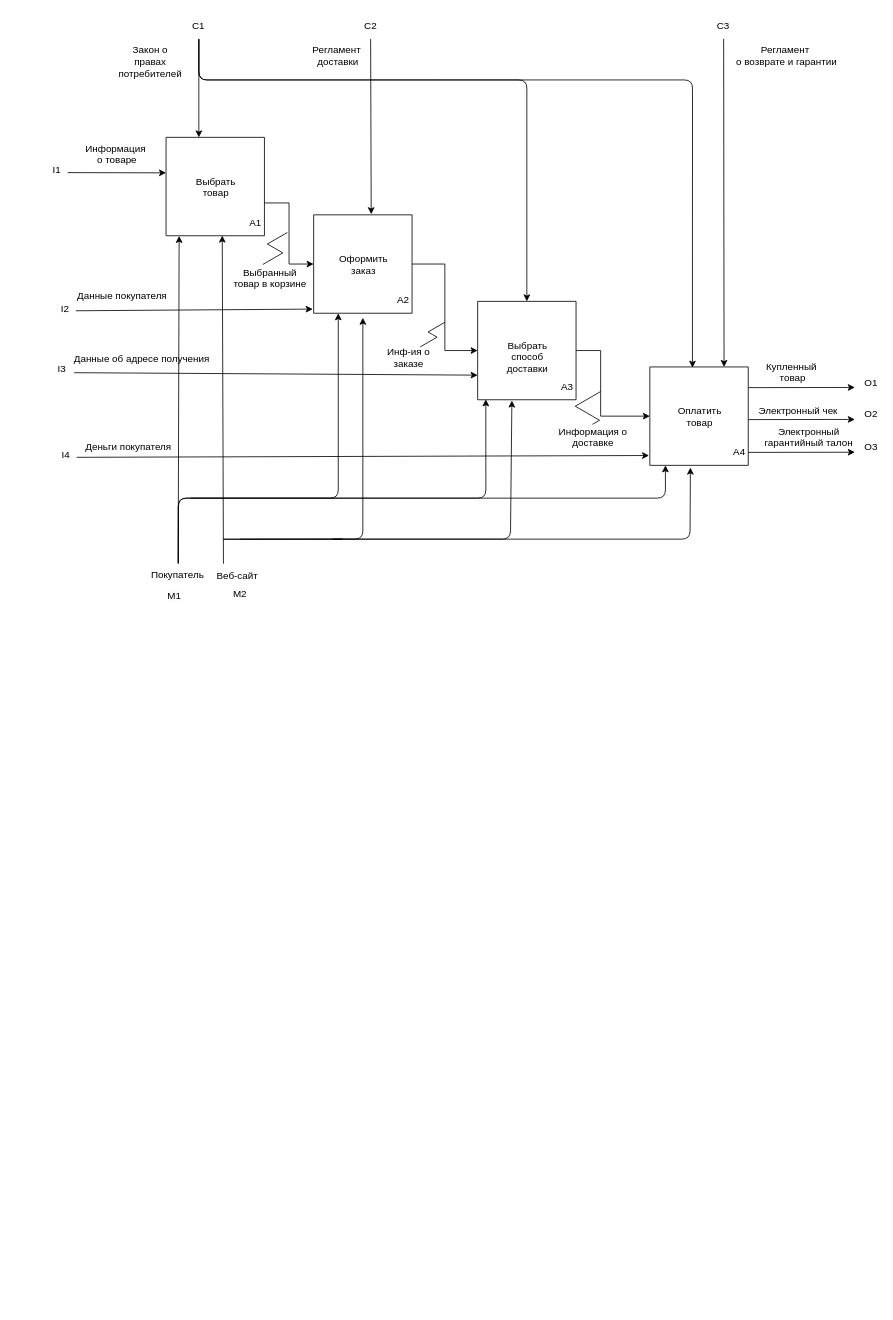
Above: decomposition IDEF0(TO-BE).drawio in melikhovaeva/business-processes (draw.io), before the change. Source tidied: cells renumbered, new cells numbered last; positions are measured from the earlier drawing's top-left corner, leaving out a move shared by most shapes. Both pictures are drawn from the tidied source at 82%, with x=0, y=0 at pixel (51, 14).
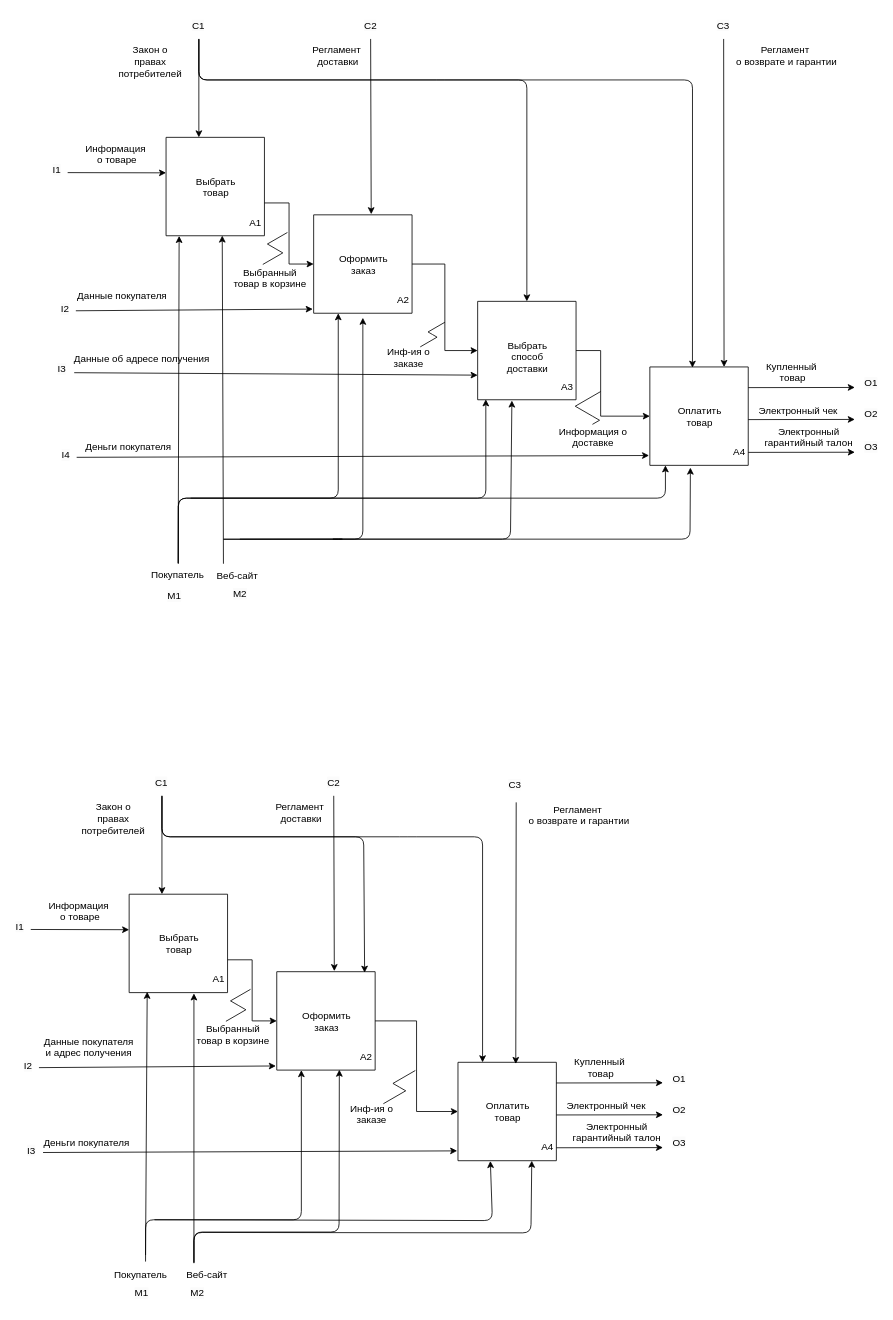
After the change.

The edit, as a diff of the source:
```diff
@@
+    <mxCell id="67" style="edgeStyle=orthogonalEdgeStyle;rounded=0;jettySize=auto;html=1;entryX=0;entryY=0.5;entryDx=0;entryDy=0;" parent="1" edge="1" source="68" target="73">
+      <mxGeometry relative="1" as="geometry">
+        <Array as="points">
+          <mxPoint x="245" y="1153" />
+          <mxPoint x="245" y="1228" />
+        </Array>
+      </mxGeometry>
+    </mxCell>
+    <mxCell id="68" style="swimlane;startSize=0;" parent="1" vertex="1">
+      <mxGeometry x="95" y="1073" width="120" height="120" as="geometry" />
+    </mxCell>
+    <mxCell id="69" value="&lt;div style=&quot;text-align: center;&quot;&gt;А1&lt;/div&gt;" style="text;whiteSpace=wrap;html=1;" parent="68" vertex="1">
+      <mxGeometry x="100" y="90" width="20" height="30" as="geometry" />
+    </mxCell>
+    <mxCell id="70" value="&lt;div style=&quot;text-align: center;&quot;&gt;Выбрать товар&lt;/div&gt;" style="text;whiteSpace=wrap;html=1;" parent="68" vertex="1">
+      <mxGeometry x="20" y="40" width="80" height="40" as="geometry" />
+    </mxCell>
+    <mxCell id="71" style="endArrow=classic;html=1;rounded=0;" parent="68" edge="1">
+      <mxGeometry relative="1" as="geometry">
+        <mxPoint x="40" y="-120" as="sourcePoint" />
+        <mxPoint x="40" as="targetPoint" />
+      </mxGeometry>
+    </mxCell>
+    <mxCell id="72" style="edgeStyle=orthogonalEdgeStyle;rounded=0;jettySize=auto;html=1;exitX=1;exitY=0.5;exitDx=0;exitDy=0;entryX=0;entryY=0.5;entryDx=0;entryDy=0;" parent="1" edge="1" source="73" target="76">
+      <mxGeometry relative="1" as="geometry" />
+    </mxCell>
+    <mxCell id="73" style="swimlane;startSize=0;" parent="1" vertex="1">
+      <mxGeometry x="275" y="1167.5" width="120" height="120" as="geometry" />
+    </mxCell>
+    <mxCell id="74" value="&lt;div style=&quot;text-align: center;&quot;&gt;А2&lt;/div&gt;" style="text;whiteSpace=wrap;html=1;" parent="73" vertex="1">
+      <mxGeometry x="100" y="90" width="20" height="30" as="geometry" />
+    </mxCell>
+    <mxCell id="75" value="&lt;div style=&quot;text-align: center;&quot;&gt;Оформить заказ&lt;/div&gt;" style="text;whiteSpace=wrap;html=1;" parent="73" vertex="1">
+      <mxGeometry x="20" y="40" width="80" height="40" as="geometry" />
+    </mxCell>
+    <mxCell id="76" style="swimlane;startSize=0;" parent="1" vertex="1">
+      <mxGeometry x="496" y="1278" width="120" height="120" as="geometry" />
+    </mxCell>
+    <mxCell id="77" value="&lt;div style=&quot;text-align: center;&quot;&gt;А4&lt;/div&gt;" style="text;whiteSpace=wrap;html=1;" parent="76" vertex="1">
+      <mxGeometry x="100" y="90" width="20" height="30" as="geometry" />
+    </mxCell>
+    <mxCell id="78" value="&lt;div style=&quot;text-align: center;&quot;&gt;Оплатить товар&lt;/div&gt;" style="text;whiteSpace=wrap;html=1;" parent="76" vertex="1">
+      <mxGeometry x="20" y="40" width="80" height="40" as="geometry" />
+    </mxCell>
+    <mxCell id="79" style="endArrow=classic;html=1;rounded=0;entryX=0.585;entryY=-0.006;entryDx=0;entryDy=0;entryPerimeter=0;" parent="76" edge="1">
+      <mxGeometry relative="1" as="geometry">
+        <mxPoint x="71" y="-317" as="sourcePoint" />
+        <mxPoint x="70.5" y="2" as="targetPoint" />
+      </mxGeometry>
+    </mxCell>
+    <mxCell id="80" style="endArrow=classic;html=1;rounded=0;" parent="1" edge="1">
+      <mxGeometry relative="1" as="geometry">
+        <mxPoint x="-25" y="1116" as="sourcePoint" />
+        <mxPoint x="95" y="1116.3" as="targetPoint" />
+      </mxGeometry>
+    </mxCell>
+    <mxCell id="81" value="&lt;div style=&quot;text-align: center;&quot;&gt;Информация&amp;nbsp;&lt;/div&gt;&lt;div style=&quot;text-align: center;&quot;&gt;о товаре&lt;/div&gt;" style="text;whiteSpace=wrap;html=1;" parent="1" vertex="1">
+      <mxGeometry x="-5" y="1073" width="80" height="40" as="geometry" />
+    </mxCell>
+    <mxCell id="82" value="&lt;span style=&quot;caret-color: rgb(0, 0, 0); color: rgb(0, 0, 0); font-family: Helvetica; font-style: normal; font-variant-caps: normal; font-weight: 400; letter-spacing: normal; text-align: center; text-indent: 0px; text-transform: none; word-spacing: 0px; -webkit-text-stroke-width: 0px; background-color: rgb(251, 251, 251); text-decoration: none; float: none; display: inline !important;&quot;&gt;&lt;font style=&quot;font-size: 12px;&quot;&gt;I1&lt;/font&gt;&lt;/span&gt;" style="text;whiteSpace=wrap;html=1;" parent="1" vertex="1">
+      <mxGeometry x="-45" y="1098.5" width="20" height="30" as="geometry" />
+    </mxCell>
+    <mxCell id="83" style="endArrow=classic;html=1;rounded=0;" parent="1" edge="1">
+      <mxGeometry relative="1" as="geometry">
+        <mxPoint x="616" y="1303.2" as="sourcePoint" />
+        <mxPoint x="746" y="1303" as="targetPoint" />
+      </mxGeometry>
+    </mxCell>
+    <mxCell id="84" style="endArrow=classic;html=1;rounded=0;" parent="1" edge="1">
+      <mxGeometry relative="1" as="geometry">
+        <mxPoint x="616" y="1342.2" as="sourcePoint" />
+        <mxPoint x="746" y="1342" as="targetPoint" />
+      </mxGeometry>
+    </mxCell>
+    <mxCell id="85" style="endArrow=classic;html=1;rounded=0;" parent="1" edge="1">
+      <mxGeometry relative="1" as="geometry">
+        <mxPoint x="616" y="1382.2" as="sourcePoint" />
+        <mxPoint x="746" y="1382" as="targetPoint" />
+      </mxGeometry>
+    </mxCell>
+    <mxCell id="86" value="&lt;div style=&quot;text-align: center;&quot;&gt;Купленный&amp;nbsp;&lt;/div&gt;&lt;div style=&quot;text-align: center;&quot;&gt;товар&lt;/div&gt;" style="text;whiteSpace=wrap;html=1;" parent="1" vertex="1">
+      <mxGeometry x="636" y="1264" width="120" height="20" as="geometry" />
+    </mxCell>
+    <mxCell id="87" value="&lt;div style=&quot;text-align: center;&quot;&gt;Электронный чек&lt;/div&gt;" style="text;whiteSpace=wrap;html=1;" parent="1" vertex="1">
+      <mxGeometry x="627" y="1318" width="110" height="20" as="geometry" />
+    </mxCell>
+    <mxCell id="88" value="&lt;div style=&quot;text-align: center;&quot;&gt;Электронный гарантийный талон&lt;/div&gt;" style="text;whiteSpace=wrap;html=1;" parent="1" vertex="1">
+      <mxGeometry x="622" y="1342.8" width="134" height="20" as="geometry" />
+    </mxCell>
+    <mxCell id="89" value="&lt;span style=&quot;caret-color: rgb(0, 0, 0); color: rgb(0, 0, 0); font-family: Helvetica; font-style: normal; font-variant-caps: normal; font-weight: 400; letter-spacing: normal; text-align: center; text-indent: 0px; text-transform: none; word-spacing: 0px; -webkit-text-stroke-width: 0px; background-color: rgb(251, 251, 251); text-decoration: none; float: none; display: inline !important;&quot;&gt;&lt;font style=&quot;font-size: 12px;&quot;&gt;О1&lt;/font&gt;&lt;/span&gt;" style="text;whiteSpace=wrap;html=1;" parent="1" vertex="1">
+      <mxGeometry x="756" y="1284" width="20" height="30" as="geometry" />
+    </mxCell>
+    <mxCell id="90" value="&lt;span style=&quot;caret-color: rgb(0, 0, 0); color: rgb(0, 0, 0); font-family: Helvetica; font-style: normal; font-variant-caps: normal; font-weight: 400; letter-spacing: normal; text-align: center; text-indent: 0px; text-transform: none; word-spacing: 0px; -webkit-text-stroke-width: 0px; background-color: rgb(251, 251, 251); text-decoration: none; float: none; display: inline !important;&quot;&gt;&lt;font style=&quot;font-size: 12px;&quot;&gt;O2&lt;/font&gt;&lt;/span&gt;" style="text;whiteSpace=wrap;html=1;" parent="1" vertex="1">
+      <mxGeometry x="756" y="1322" width="20" height="30" as="geometry" />
+    </mxCell>
+    <mxCell id="91" value="&lt;span style=&quot;caret-color: rgb(0, 0, 0); color: rgb(0, 0, 0); font-family: Helvetica; font-style: normal; font-variant-caps: normal; font-weight: 400; letter-spacing: normal; text-align: center; text-indent: 0px; text-transform: none; word-spacing: 0px; -webkit-text-stroke-width: 0px; background-color: rgb(251, 251, 251); text-decoration: none; float: none; display: inline !important;&quot;&gt;&lt;font style=&quot;font-size: 12px;&quot;&gt;O3&lt;/font&gt;&lt;/span&gt;" style="text;whiteSpace=wrap;html=1;" parent="1" vertex="1">
+      <mxGeometry x="756" y="1362" width="20" height="30" as="geometry" />
+    </mxCell>
+    <mxCell id="92" value="&lt;div style=&quot;text-align: center;&quot;&gt;Выбранный товар в корзине&lt;/div&gt;" style="text;whiteSpace=wrap;html=1;" parent="1" vertex="1">
+      <mxGeometry x="175" y="1223.5" width="92" height="45" as="geometry" />
+    </mxCell>
+    <mxCell id="93" style="edgeStyle=isometricEdgeStyle;endArrow=none;html=1;rounded=0;exitX=0.5;exitY=0;exitDx=0;exitDy=0;" parent="1" edge="1">
+      <mxGeometry relative="1" as="geometry">
+        <mxPoint x="213" y="1228" as="sourcePoint" />
+        <mxPoint x="243" y="1189" as="targetPoint" />
+      </mxGeometry>
+    </mxCell>
+    <mxCell id="94" value="&lt;div style=&quot;text-align: center;&quot;&gt;Инф-ия о заказе&lt;/div&gt;" style="text;whiteSpace=wrap;html=1;" parent="1" vertex="1">
+      <mxGeometry x="355" y="1320.8" width="70" height="42.2" as="geometry" />
+    </mxCell>
+    <mxCell id="95" value="&lt;div style=&quot;text-align: center;&quot;&gt;Закон о правах потребителей&lt;/div&gt;" style="text;whiteSpace=wrap;html=1;" parent="1" vertex="1">
+      <mxGeometry x="35" y="953" width="80" height="50" as="geometry" />
+    </mxCell>
+    <mxCell id="96" value="&lt;span style=&quot;caret-color: rgb(0, 0, 0); color: rgb(0, 0, 0); font-family: Helvetica; font-style: normal; font-variant-caps: normal; font-weight: 400; letter-spacing: normal; text-align: center; text-indent: 0px; text-transform: none; word-spacing: 0px; -webkit-text-stroke-width: 0px; background-color: rgb(251, 251, 251); text-decoration: none; float: none; display: inline !important;&quot;&gt;&lt;font style=&quot;font-size: 12px;&quot;&gt;С1&lt;/font&gt;&lt;/span&gt;" style="text;whiteSpace=wrap;html=1;" parent="1" vertex="1">
+      <mxGeometry x="125" y="923" width="20" height="30" as="geometry" />
+    </mxCell>
+    <mxCell id="97" value="&lt;span style=&quot;caret-color: rgb(0, 0, 0); color: rgb(0, 0, 0); font-family: Helvetica; font-style: normal; font-variant-caps: normal; font-weight: 400; letter-spacing: normal; text-align: center; text-indent: 0px; text-transform: none; word-spacing: 0px; -webkit-text-stroke-width: 0px; background-color: rgb(251, 251, 251); text-decoration: none; float: none; display: inline !important;&quot;&gt;&lt;font style=&quot;font-size: 12px;&quot;&gt;С2&lt;/font&gt;&lt;/span&gt;" style="text;whiteSpace=wrap;html=1;" parent="1" vertex="1">
+      <mxGeometry x="335" y="923" width="20" height="30" as="geometry" />
+    </mxCell>
+    <mxCell id="98" style="endArrow=classic;html=1;rounded=1;entryX=0.893;entryY=0.01;entryDx=0;entryDy=0;curved=0;entryPerimeter=0;" parent="1" edge="1" target="73">
+      <mxGeometry relative="1" as="geometry">
+        <mxPoint x="135" y="953" as="sourcePoint" />
+        <Array as="points">
+          <mxPoint x="135" y="1003" />
+          <mxPoint x="381" y="1003" />
+        </Array>
+      </mxGeometry>
+    </mxCell>
+    <mxCell id="99" style="endArrow=classic;html=1;rounded=1;entryX=0.25;entryY=0;entryDx=0;entryDy=0;curved=0;" parent="1" edge="1" target="76">
+      <mxGeometry relative="1" as="geometry">
+        <mxPoint x="135" y="953.5" as="sourcePoint" />
+        <Array as="points">
+          <mxPoint x="135" y="1003" />
+          <mxPoint x="435" y="1003" />
+          <mxPoint x="526" y="1003" />
+        </Array>
+      </mxGeometry>
+    </mxCell>
+    <mxCell id="100" style="endArrow=classic;html=1;rounded=0;entryX=0.585;entryY=-0.006;entryDx=0;entryDy=0;entryPerimeter=0;" parent="1" edge="1" target="73">
+      <mxGeometry relative="1" as="geometry">
+        <mxPoint x="344.5" y="953" as="sourcePoint" />
+      </mxGeometry>
+    </mxCell>
+    <mxCell id="101" value="&lt;div style=&quot;&quot;&gt;Регламент&amp;nbsp;&lt;/div&gt;&lt;div style=&quot;&quot;&gt;доставки&lt;/div&gt;" style="text;whiteSpace=wrap;html=1;align=center;" parent="1" vertex="1">
+      <mxGeometry x="265" y="953" width="80" height="50" as="geometry" />
+    </mxCell>
+    <mxCell id="102" value="&lt;span style=&quot;caret-color: rgb(0, 0, 0); color: rgb(0, 0, 0); font-family: Helvetica; font-style: normal; font-variant-caps: normal; font-weight: 400; letter-spacing: normal; text-align: center; text-indent: 0px; text-transform: none; word-spacing: 0px; -webkit-text-stroke-width: 0px; background-color: rgb(251, 251, 251); text-decoration: none; float: none; display: inline !important;&quot;&gt;&lt;font style=&quot;font-size: 12px;&quot;&gt;С3&lt;/font&gt;&lt;/span&gt;" style="text;whiteSpace=wrap;html=1;" parent="1" vertex="1">
+      <mxGeometry x="556" y="926" width="20" height="30" as="geometry" />
+    </mxCell>
+    <mxCell id="103" value="&lt;div style=&quot;&quot;&gt;Регламент&amp;nbsp;&lt;br style=&quot;border-color: var(--border-color);&quot;&gt;о возврате и гарантии&lt;br&gt;&lt;/div&gt;" style="text;whiteSpace=wrap;html=1;align=center;" parent="1" vertex="1">
+      <mxGeometry x="574" y="956" width="140" height="50" as="geometry" />
+    </mxCell>
+    <mxCell id="104" style="endArrow=classic;html=1;rounded=0;entryX=-0.009;entryY=0.958;entryDx=0;entryDy=0;entryPerimeter=0;" parent="1" edge="1" target="73">
+      <mxGeometry relative="1" as="geometry">
+        <mxPoint x="-15" y="1284.5" as="sourcePoint" />
+      </mxGeometry>
+    </mxCell>
+    <mxCell id="105" value="&lt;div style=&quot;text-align: center;&quot;&gt;Данные покупателя и адрес получения&lt;br&gt;&lt;/div&gt;" style="text;whiteSpace=wrap;html=1;" parent="1" vertex="1">
+      <mxGeometry x="-15" y="1238.5" width="120" height="30" as="geometry" />
+    </mxCell>
+    <mxCell id="106" value="&lt;span style=&quot;caret-color: rgb(0, 0, 0); color: rgb(0, 0, 0); font-family: Helvetica; font-style: normal; font-variant-caps: normal; font-weight: 400; letter-spacing: normal; text-align: center; text-indent: 0px; text-transform: none; word-spacing: 0px; -webkit-text-stroke-width: 0px; background-color: rgb(251, 251, 251); text-decoration: none; float: none; display: inline !important;&quot;&gt;&lt;font style=&quot;font-size: 12px;&quot;&gt;I2&lt;/font&gt;&lt;/span&gt;" style="text;whiteSpace=wrap;html=1;" parent="1" vertex="1">
+      <mxGeometry x="-35" y="1268.5" width="20" height="30" as="geometry" />
+    </mxCell>
+    <mxCell id="107" style="endArrow=classic;html=1;rounded=0;entryX=-0.008;entryY=0.9;entryDx=0;entryDy=0;entryPerimeter=0;" parent="1" edge="1" target="76">
+      <mxGeometry relative="1" as="geometry">
+        <mxPoint x="-10" y="1388" as="sourcePoint" />
+      </mxGeometry>
+    </mxCell>
+    <mxCell id="108" value="&lt;div style=&quot;text-align: center;&quot;&gt;Деньги покупателя&lt;br&gt;&lt;/div&gt;" style="text;whiteSpace=wrap;html=1;" parent="1" vertex="1">
+      <mxGeometry x="-11" y="1362" width="120" height="22" as="geometry" />
+    </mxCell>
+    <mxCell id="109" value="&lt;span style=&quot;caret-color: rgb(0, 0, 0); color: rgb(0, 0, 0); font-family: Helvetica; font-style: normal; font-variant-caps: normal; font-weight: 400; letter-spacing: normal; text-align: center; text-indent: 0px; text-transform: none; word-spacing: 0px; -webkit-text-stroke-width: 0px; background-color: rgb(251, 251, 251); text-decoration: none; float: none; display: inline !important;&quot;&gt;&lt;font style=&quot;font-size: 12px;&quot;&gt;I3&lt;/font&gt;&lt;/span&gt;" style="text;whiteSpace=wrap;html=1;" parent="1" vertex="1">
+      <mxGeometry x="-31" y="1372" width="20" height="30" as="geometry" />
+    </mxCell>
+    <mxCell id="110" style="endArrow=classic;html=1;rounded=0;" parent="1" edge="1">
+      <mxGeometry relative="1" as="geometry">
+        <mxPoint x="115" y="1513" as="sourcePoint" />
+        <mxPoint x="117" y="1192" as="targetPoint" />
+      </mxGeometry>
+    </mxCell>
+    <mxCell id="111" style="endArrow=classic;html=1;rounded=0;" parent="1" edge="1">
+      <mxGeometry relative="1" as="geometry">
+        <mxPoint x="174" y="1523" as="sourcePoint" />
+        <mxPoint x="174" y="1194" as="targetPoint" />
+      </mxGeometry>
+    </mxCell>
+    <mxCell id="112" value="&lt;div style=&quot;text-align: center;&quot;&gt;Покупатель&lt;br&gt;&lt;/div&gt;" style="text;whiteSpace=wrap;html=1;" parent="1" vertex="1">
+      <mxGeometry x="75" y="1524" width="80" height="22" as="geometry" />
+    </mxCell>
+    <mxCell id="113" value="&lt;div style=&quot;text-align: center;&quot;&gt;Веб-сайт&lt;br&gt;&lt;/div&gt;" style="text;whiteSpace=wrap;html=1;" parent="1" vertex="1">
+      <mxGeometry x="163" y="1524" width="60" height="22" as="geometry" />
+    </mxCell>
+    <mxCell id="114" value="&lt;span style=&quot;caret-color: rgb(0, 0, 0); color: rgb(0, 0, 0); font-family: Helvetica; font-style: normal; font-variant-caps: normal; font-weight: 400; letter-spacing: normal; text-align: center; text-indent: 0px; text-transform: none; word-spacing: 0px; -webkit-text-stroke-width: 0px; background-color: rgb(251, 251, 251); text-decoration: none; float: none; display: inline !important;&quot;&gt;&lt;font style=&quot;font-size: 12px;&quot;&gt;M1&lt;/font&gt;&lt;/span&gt;" style="text;whiteSpace=wrap;html=1;" parent="1" vertex="1">
+      <mxGeometry x="100" y="1546" width="20" height="30" as="geometry" />
+    </mxCell>
+    <mxCell id="115" value="&lt;span style=&quot;caret-color: rgb(0, 0, 0); color: rgb(0, 0, 0); font-family: Helvetica; font-style: normal; font-variant-caps: normal; font-weight: 400; letter-spacing: normal; text-align: center; text-indent: 0px; text-transform: none; word-spacing: 0px; -webkit-text-stroke-width: 0px; background-color: rgb(251, 251, 251); text-decoration: none; float: none; display: inline !important;&quot;&gt;&lt;font style=&quot;font-size: 12px;&quot;&gt;M2&lt;/font&gt;&lt;/span&gt;" style="text;whiteSpace=wrap;html=1;" parent="1" vertex="1">
+      <mxGeometry x="168" y="1546" width="20" height="30" as="geometry" />
+    </mxCell>
+    <mxCell id="116" style="edgeStyle=isometricEdgeStyle;endArrow=none;html=1;rounded=0;exitX=0.5;exitY=0;exitDx=0;exitDy=0;" parent="1" edge="1">
+      <mxGeometry relative="1" as="geometry">
+        <mxPoint x="405" y="1328.5" as="sourcePoint" />
+        <mxPoint x="444" y="1288" as="targetPoint" />
+      </mxGeometry>
+    </mxCell>
+    <mxCell id="117" style="endArrow=classic;html=1;rounded=1;entryX=0.329;entryY=1.003;entryDx=0;entryDy=0;entryPerimeter=0;curved=0;" parent="1" edge="1" target="76">
+      <mxGeometry relative="1" as="geometry">
+        <mxPoint x="126" y="1470" as="sourcePoint" />
+        <Array as="points">
+          <mxPoint x="538" y="1471" />
+        </Array>
+      </mxGeometry>
+    </mxCell>
+    <mxCell id="118" style="endArrow=classic;html=1;rounded=1;entryX=0.25;entryY=1;entryDx=0;entryDy=0;curved=0;" parent="1" edge="1" target="73">
+      <mxGeometry relative="1" as="geometry">
+        <mxPoint x="115" y="1521" as="sourcePoint" />
+        <Array as="points">
+          <mxPoint x="115" y="1470" />
+          <mxPoint x="305" y="1470" />
+        </Array>
+      </mxGeometry>
+    </mxCell>
+    <mxCell id="119" style="endArrow=classic;html=1;rounded=1;entryX=0.636;entryY=0.996;entryDx=0;entryDy=0;curved=0;entryPerimeter=0;" parent="1" edge="1" target="73">
+      <mxGeometry relative="1" as="geometry">
+        <mxPoint x="174" y="1522" as="sourcePoint" />
+        <Array as="points">
+          <mxPoint x="174" y="1485" />
+          <mxPoint x="351" y="1485" />
+        </Array>
+      </mxGeometry>
+    </mxCell>
+    <mxCell id="120" style="endArrow=classic;html=1;rounded=1;entryX=0.75;entryY=1;entryDx=0;entryDy=0;curved=0;" parent="1" edge="1" target="76">
+      <mxGeometry relative="1" as="geometry">
+        <mxPoint x="174" y="1522.5" as="sourcePoint" />
+        <Array as="points">
+          <mxPoint x="174" y="1485.5" />
+          <mxPoint x="585" y="1486" />
+        </Array>
+      </mxGeometry>
+    </mxCell>
```
